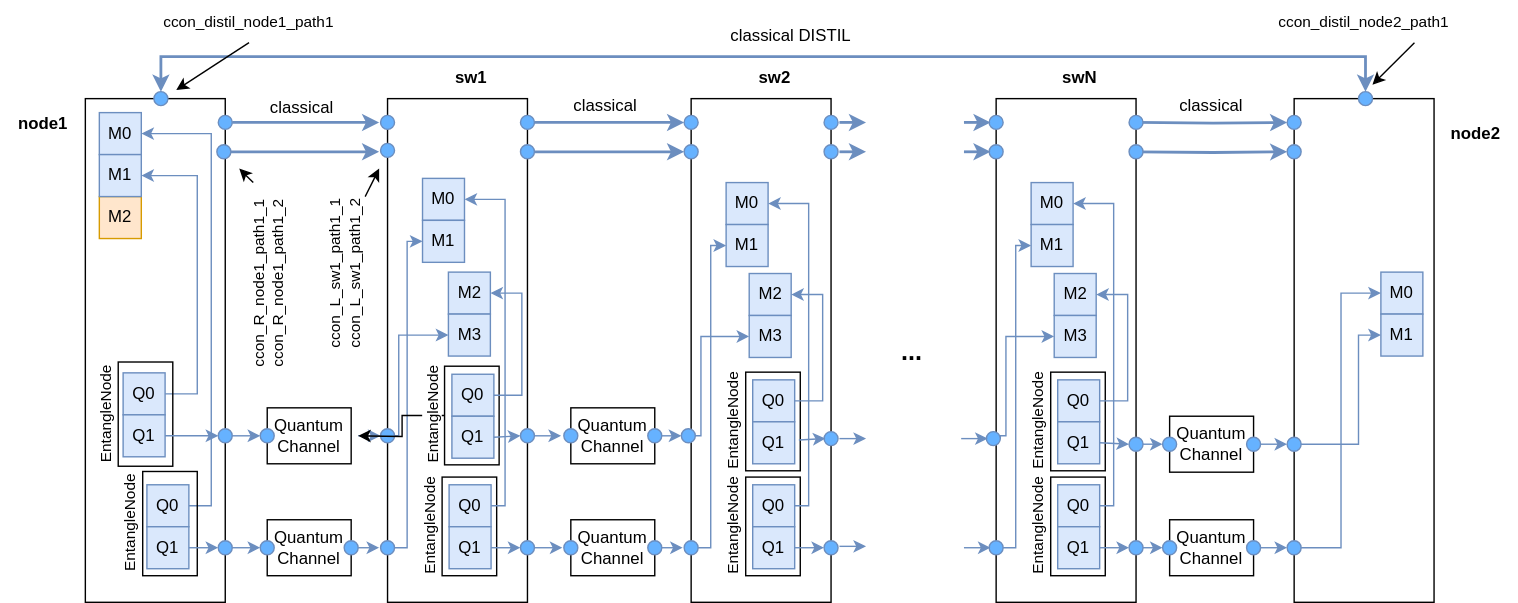
davidpcuvigo/quantumcity keeps this draw.io diagram as Diagramas/Red/pathcondistil.svg. Above is the earlier version. Source tidied: cells renumbered, new cells last; positions are measured from the earlier drawing's top-left corner, leaving out a move shared by most shapes.
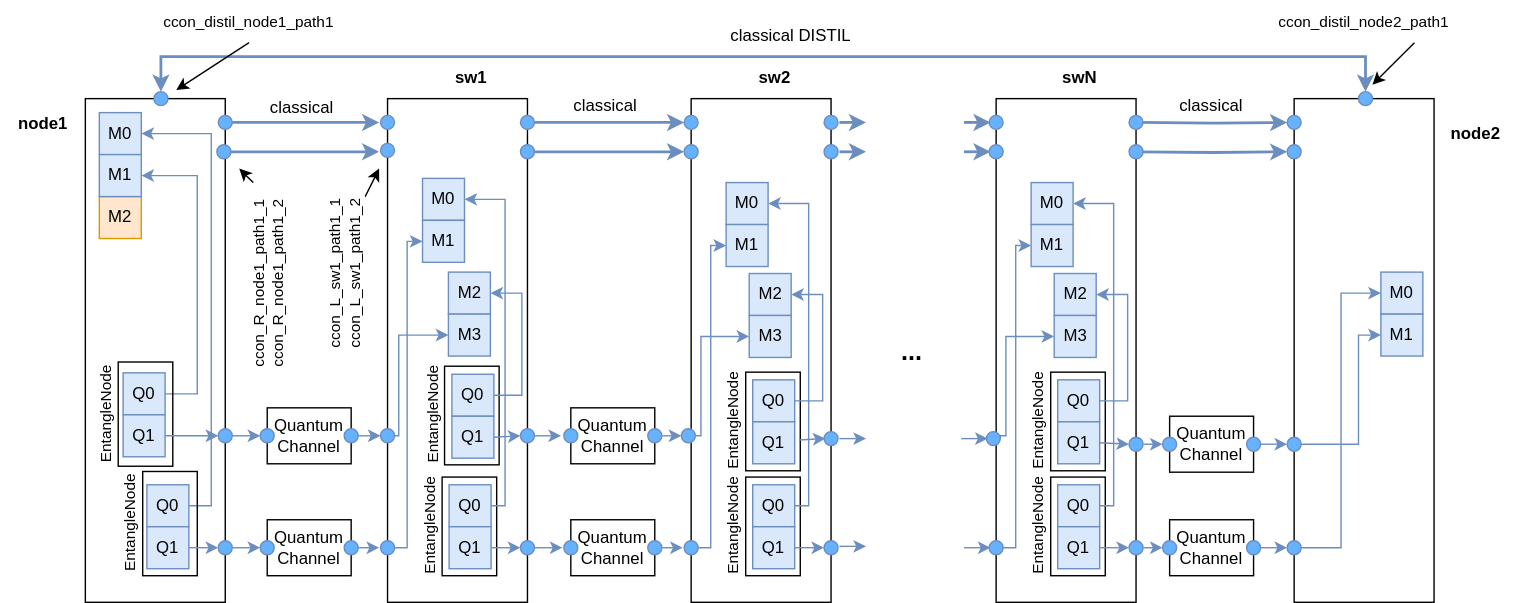
The same file after the commit.

Commit message:
Diagramas de red

Diff of the diagram source:
```diff
@@ -337,11 +337,6 @@
     <mxCell id="92" value="M3" style="rounded=0;whiteSpace=wrap;html=1;fillColor=#dae8fc;strokeColor=#6c8ebf;" parent="1" vertex="1">
       <mxGeometry x="319.5" y="224" width="30" height="30" as="geometry" />
     </mxCell>
-    <mxCell id="93" style="edgeStyle=orthogonalEdgeStyle;rounded=0;jettySize=auto;html=1;" parent="1" edge="1" source="94">
-      <mxGeometry relative="1" as="geometry">
-        <mxPoint x="255" y="311" as="targetPoint" />
-      </mxGeometry>
-    </mxCell>
     <mxCell id="94" value="&lt;div&gt;&lt;font style=&quot;font-size: 11px;&quot;&gt;EntangleNode&lt;/font&gt;&lt;br&gt;&lt;/div&gt;" style="rounded=0;whiteSpace=wrap;html=1;rotation=-90;fillColor=none;labelPosition=center;verticalLabelPosition=top;align=center;verticalAlign=bottom;labelBackgroundColor=default;" parent="1" vertex="1">
       <mxGeometry x="301" y="277" width="70.5" height="39" as="geometry" />
     </mxCell>
@@ -624,5 +619,8 @@
         <mxPoint x="980" y="60" as="targetPoint" />
       </mxGeometry>
     </mxCell>
+    <mxCell id="169" style="ellipse;whiteSpace=wrap;html=1;fillColor=#66B2FF;strokeColor=#6c8ebf;" parent="1" vertex="1">
+      <mxGeometry x="245" y="306" width="10" height="10" as="geometry" />
+    </mxCell>
   </root>
 </mxGraphModel>
```
